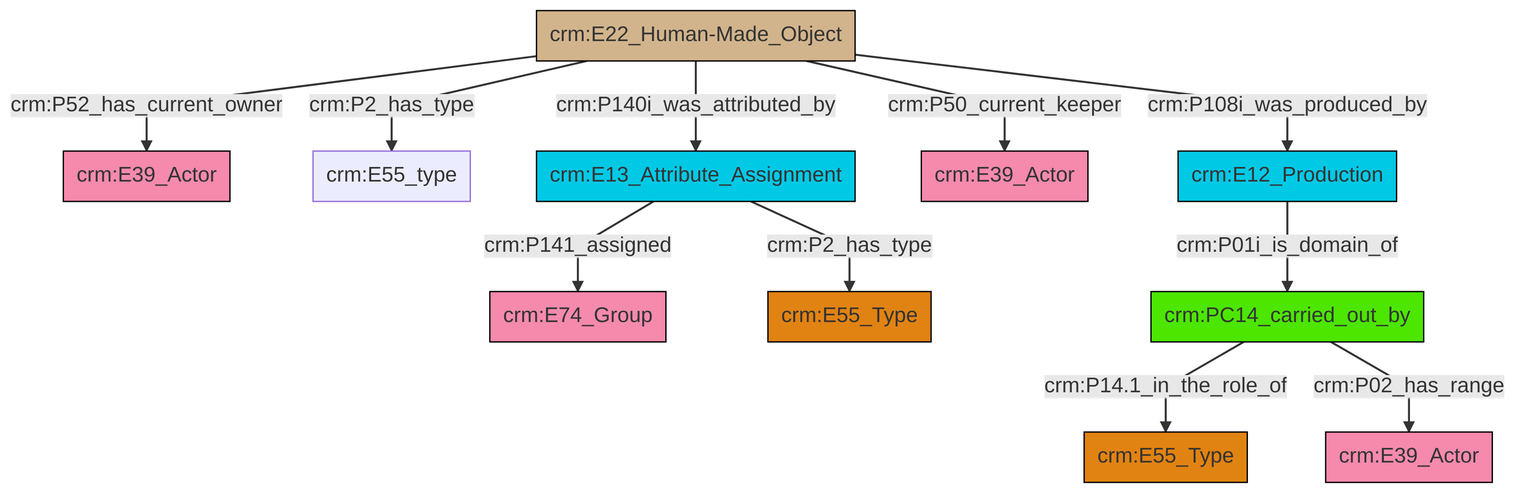
This is et/artworkCSV/ttl/mmd/png/Artwork_Actor_Relations.png from swiss-art-research-net/reference-data-models, a Mermaid export, as it was before one commit. Its source is kept beside it as et/artworkCSV/ttl/mmd/Artwork_Actor_Relations.ttl.mmd.
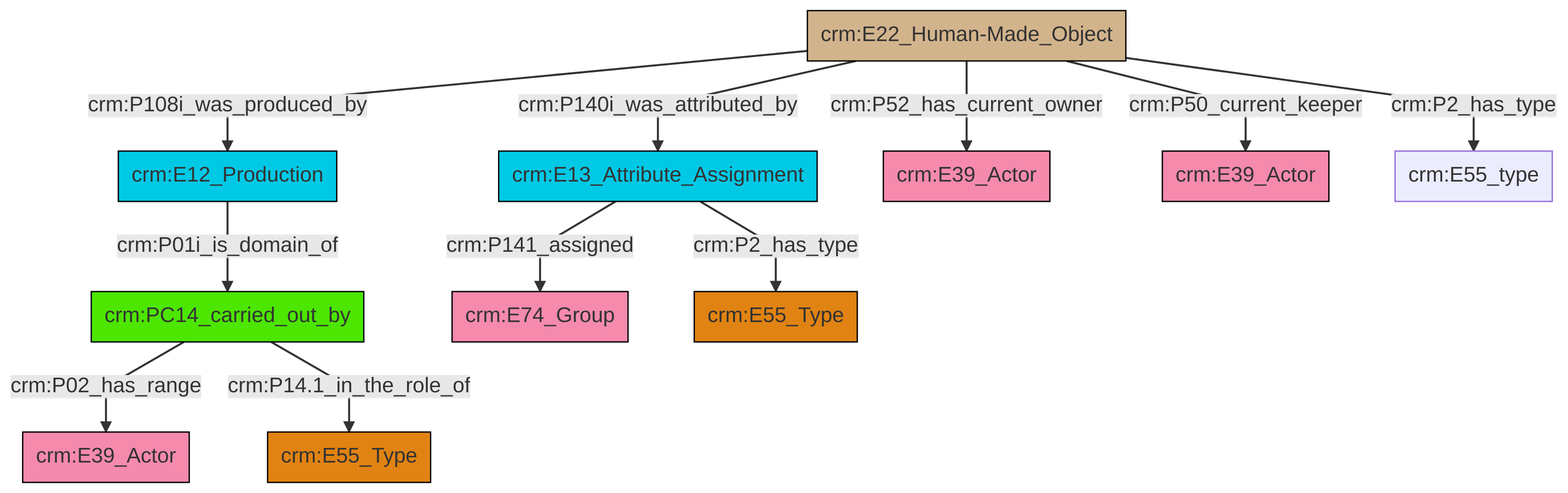
Above is the later version.

What changed in the source:
```diff
@@ -13,13 +13,13 @@
 classDef PC_Classes fill:#4ce600, stroke:#000000;
 classDef Multi fill:#cccccc,stroke:#000000;
 
-8["crm:E22_Human-Made_Object"]:::Physical_Thing -->|crm:P108i_was_produced_by| 9["crm:E12_Production"]:::Temporal_Entity
-14["crm:E13_Attribute_Assignment"]:::Temporal_Entity -->|crm:P2_has_type| 18["crm:E55_Type"]:::Type
-8["crm:E22_Human-Made_Object"]:::Physical_Thing -->|crm:P52_has_current_owner| 0["crm:E39_Actor"]:::Actor
-14["crm:E13_Attribute_Assignment"]:::Temporal_Entity -->|crm:P141_assigned| 6["crm:E74_Group"]:::Actor
-8["crm:E22_Human-Made_Object"]:::Physical_Thing -->|crm:P140i_was_attributed_by| 14["crm:E13_Attribute_Assignment"]:::Temporal_Entity
-8["crm:E22_Human-Made_Object"]:::Physical_Thing -->|crm:P2_has_type| 4["crm:E55_type"]:::Default
-20["crm:PC14_carried_out_by"]:::PC_Classes -->|crm:P14.1_in_the_role_of| 12["crm:E55_Type"]:::Type
-9["crm:E12_Production"]:::Temporal_Entity -->|crm:P01i_is_domain_of| 20["crm:PC14_carried_out_by"]:::PC_Classes
-20["crm:PC14_carried_out_by"]:::PC_Classes -->|crm:P02_has_range| 2["crm:E39_Actor"]:::Actor
-8["crm:E22_Human-Made_Object"]:::Physical_Thing -->|crm:P50_current_keeper| 10["crm:E39_Actor"]:::Actor
+0["crm:PC14_carried_out_by"]:::PC_Classes -->|crm:P02_has_range| 1["crm:E39_Actor"]:::Actor
+2["crm:E22_Human-Made_Object"]:::Physical_Thing -->|crm:P108i_was_produced_by| 3["crm:E12_Production"]:::Temporal_Entity
+4["crm:E13_Attribute_Assignment"]:::Temporal_Entity -->|crm:P141_assigned| 5["crm:E74_Group"]:::Actor
+4["crm:E13_Attribute_Assignment"]:::Temporal_Entity -->|crm:P2_has_type| 7["crm:E55_Type"]:::Type
+0["crm:PC14_carried_out_by"]:::PC_Classes -->|crm:P14.1_in_the_role_of| 8["crm:E55_Type"]:::Type
+2["crm:E22_Human-Made_Object"]:::Physical_Thing -->|crm:P140i_was_attributed_by| 4["crm:E13_Attribute_Assignment"]:::Temporal_Entity
+3["crm:E12_Production"]:::Temporal_Entity -->|crm:P01i_is_domain_of| 0["crm:PC14_carried_out_by"]:::PC_Classes
+2["crm:E22_Human-Made_Object"]:::Physical_Thing -->|crm:P50_current_keeper| 13["crm:E39_Actor"]:::Actor
+2["crm:E22_Human-Made_Object"]:::Physical_Thing -->|crm:P2_has_type| 14["crm:E55_type"]:::Default
+2["crm:E22_Human-Made_Object"]:::Physical_Thing -->|crm:P52_has_current_owner| 9["crm:E39_Actor"]:::Actor
```
